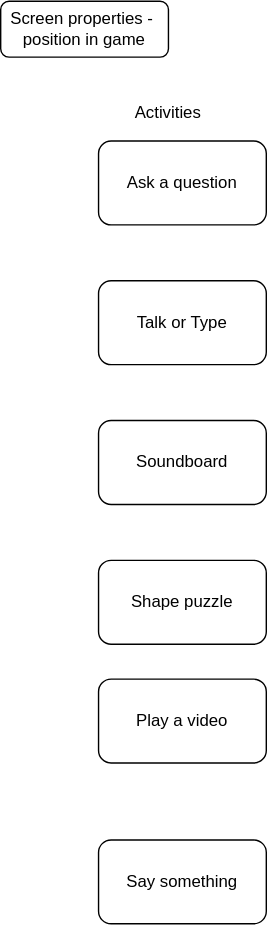
Above: legacy.svg in ji-devs/ji-cloud-flowcharts (draw.io), before the change. Source tidied: cells renumbered, new cells last; positions are measured from the earlier drawing's top-left corner, leaving out a move shared by most shapes.
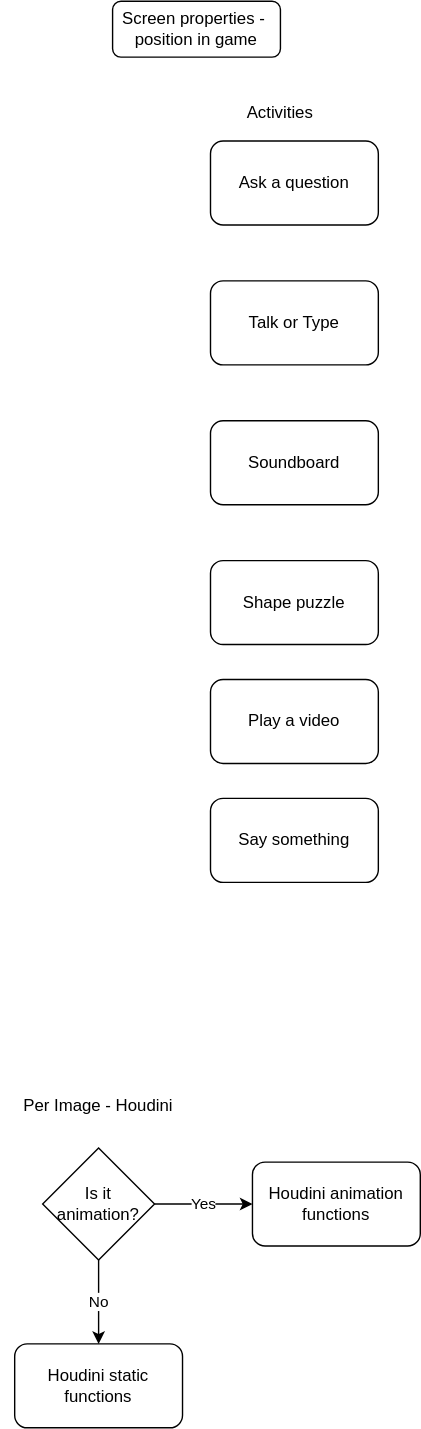
The same diagram one commit later.

What changed in the source:
```diff
@@ -24,7 +24,27 @@
       <mxGeometry x="70" y="485" width="120" height="60" as="geometry" />
     </mxCell>
     <mxCell id="9" value="Say something" style="rounded=1;whiteSpace=wrap;html=1;" parent="1" vertex="1">
-      <mxGeometry x="70" y="600" width="120" height="60" as="geometry" />
+      <mxGeometry x="70" y="570" width="120" height="60" as="geometry" />
     </mxCell>
+    <mxCell id="10" value="Per Image - Houdini" style="text;html=1;strokeColor=none;fillColor=none;align=center;verticalAlign=middle;whiteSpace=wrap;rounded=0;" parent="1" vertex="1">
+      <mxGeometry x="-80" y="780" width="140" height="20" as="geometry" />
+    </mxCell>
+    <mxCell id="11" value="Is it animation?" style="rhombus;whiteSpace=wrap;html=1;" parent="1" vertex="1">
+      <mxGeometry x="-50" y="820" width="80" height="80" as="geometry" />
+    </mxCell>
+    <mxCell id="12" value="Yes" style="endArrow=classic;html=1;exitX=1;exitY=0.5;exitDx=0;exitDy=0;" parent="1" edge="1" source="11" target="13">
+      <mxGeometry relative="1" as="geometry" />
+    </mxCell>
+    <mxCell id="13" value="Houdini animation functions" style="rounded=1;whiteSpace=wrap;html=1;" parent="1" vertex="1">
+      <mxGeometry x="100" y="830" width="120" height="60" as="geometry" />
+    </mxCell>
+    <mxCell id="14" value="No" style="endArrow=classic;html=1;exitX=0.5;exitY=1;exitDx=0;exitDy=0;" parent="1" edge="1" source="11">
+      <mxGeometry relative="1" as="geometry">
+        <mxPoint x="-10" y="960" as="targetPoint" />
+      </mxGeometry>
+    </mxCell>
+    <mxCell id="15" value="Houdini static functions" style="rounded=1;whiteSpace=wrap;html=1;" parent="1" vertex="1">
+      <mxGeometry x="-70" y="960" width="120" height="60" as="geometry" />
+    </mxCell>
   </root>
 </mxGraphModel>
```
